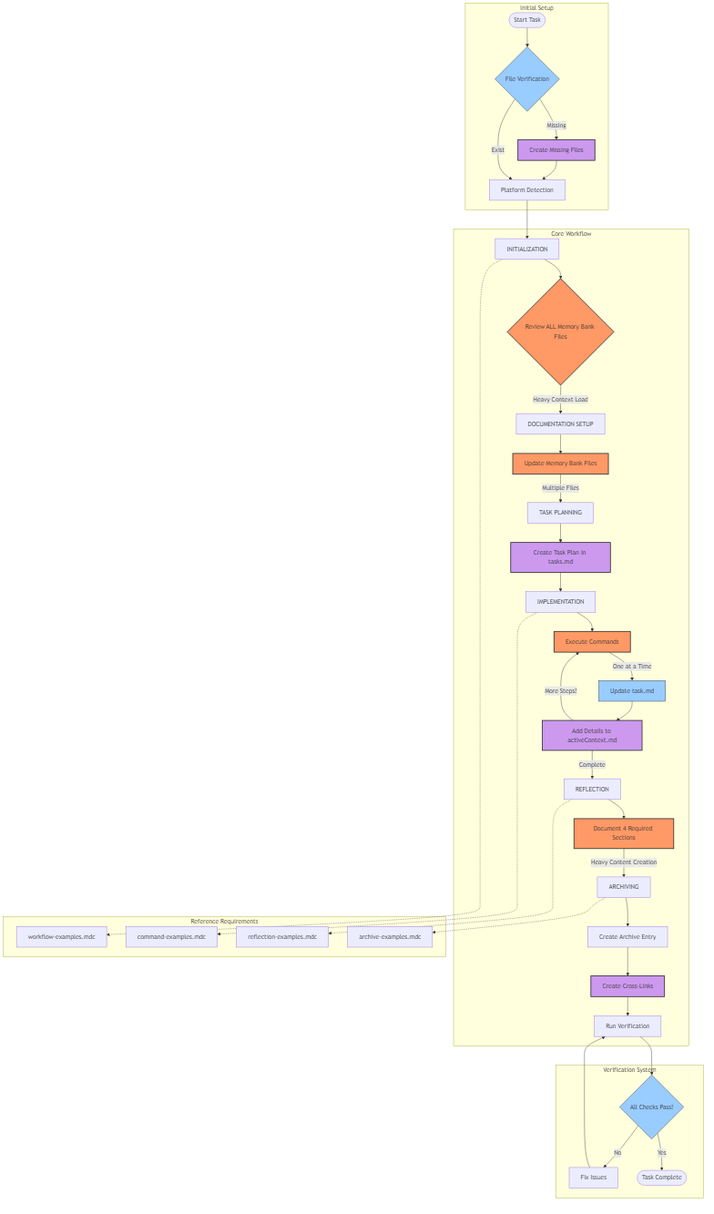
This is images/memory-bank-diagram.png from yws-coder123/trae-memory-bank, a Mermaid export, as it was before one commit. Its source is kept beside it as images/memory-bank-diagram.mermaid. Its diagram source:
```mermaid
flowchart TD
    subgraph "Initial Setup"
        start([Start Task]) --> checkFiles{File Verification}
        checkFiles -->|Missing| createFiles[Create Missing Files]
        createFiles --> platformDetect
        checkFiles -->|Exist| platformDetect[Platform Detection]
    end

    subgraph "Core Workflow"
        platformDetect --> init[INITIALIZATION]
        init --> checkMB{Review ALL Memory Bank Files}
        checkMB -->|Heavy Context Load| docSetup[DOCUMENTATION SETUP]

        docSetup --> updateMB[Update Memory Bank Files]
        updateMB -->|Multiple Files| planning[TASK PLANNING]

        planning --> taskPlan[Create Task Plan in tasks.md]
        taskPlan --> impl[IMPLEMENTATION]

        impl --> execCmd[Execute Commands]
        execCmd -->|One at a Time| updateTask[Update task.md]
        updateTask --> addImpl[Add Details to activeContext.md]
        addImpl -->|More Steps?| execCmd
        addImpl -->|Complete| reflect[REFLECTION]

        reflect --> reflect4Sections[Document 4 Required Sections]
        reflect4Sections -->|Heavy Content Creation| archive[ARCHIVING]

        archive --> archiveTask[Create Archive Entry]
        archiveTask --> crossLink[Create Cross-Links]
        crossLink --> verify[Run Verification]
    end

    subgraph "Verification System"
        verify --> checkAll{All Checks Pass?}
        checkAll -->|No| fixIssues[Fix Issues]
        fixIssues --> verify
        checkAll -->|Yes| complete([Task Complete])
    end

    classDef bottleneck fill:#f96, stroke:#333, stroke-width:2px
    classDef heavyProcess fill:#c9e, stroke:#333, stroke-width:2px
    classDef checkpoint fill:#9cf, stroke:#333

    class checkMB,updateMB,execCmd,reflect4Sections bottleneck
    class createFiles,taskPlan,crossLink,addImpl heavyProcess
    class checkFiles,updateTask,checkAll checkpoint

    subgraph "Reference Requirements"
        ref1[workflow-examples.mdc]
        ref2[command-examples.mdc]
        ref3[reflection-examples.mdc]
        ref4[archive-examples.mdc]
    end

    init -.-> ref1
    impl -.-> ref2
    reflect -.-> ref3
    archive -.-> ref4
```
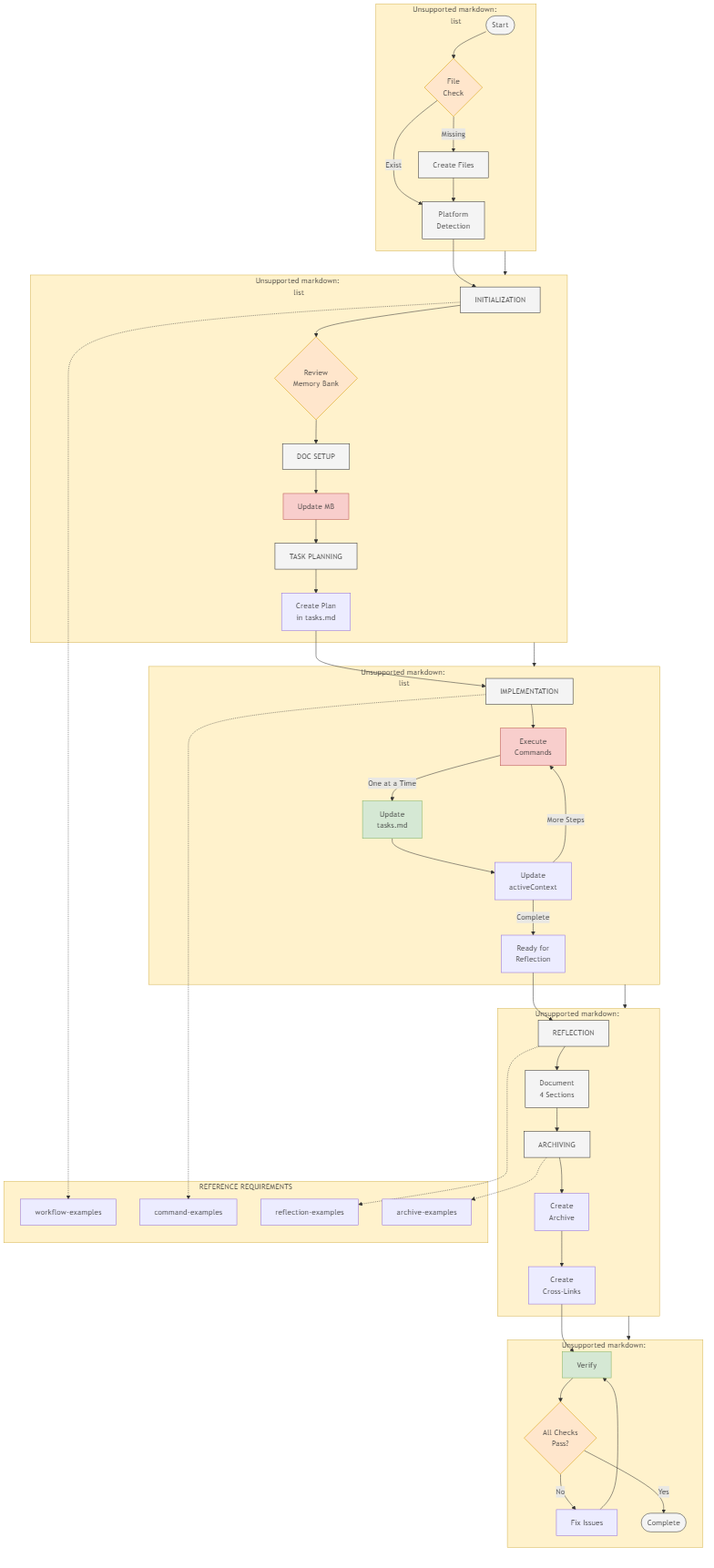
The same file after the commit.

Commit message:
Enhance memory bank diagram with detailed sections and styles

- Updated the Mermaid diagram to include distinct sections for Initial Setup, Planning, Implementation, Completion, and Verification.
- Added styling for processes, decisions, bottlenecks, and checkpoints to improve visual clarity.
- Revised connections between sections to better represent the workflow of the Memory Bank System.
- Updated the binary image file to reflect the new diagram changes.

Diff of the diagram source:
```diff
@@ -1,59 +1,78 @@
 flowchart TD
-    subgraph "Initial Setup"
-        start([Start Task]) --> checkFiles{File Verification}
-        checkFiles -->|Missing| createFiles[Create Missing Files]
+    classDef process fill:#f4f4f4,stroke:#333,stroke-width:1px,border-radius:5px
+    classDef decision fill:#ffe6cc,stroke:#d79b00,stroke-width:1px,border-radius:10px
+    classDef bottleneck fill:#f8cecc,stroke:#b85450,stroke-width:1px,border-radius:5px
+    classDef checkpoint fill:#d5e8d4,stroke:#82b366,stroke-width:1px,border-radius:5px
+    classDef section fill:#fff2cc,stroke:#d6b656,stroke-width:1px,rounded:true
+
+    subgraph Setup ["1. INITIAL SETUP"]
+        direction LR
+        start([Start]) --> checkFiles{File<br>Check}
+        checkFiles -->|Missing| createFiles[Create Files]
+        checkFiles -->|Exist| platformDetect[Platform<br>Detection]
         createFiles --> platformDetect
-        checkFiles -->|Exist| platformDetect[Platform Detection]
     end
 
-    subgraph "Core Workflow"
-        platformDetect --> init[INITIALIZATION]
-        init --> checkMB{Review ALL Memory Bank Files}
-        checkMB -->|Heavy Context Load| docSetup[DOCUMENTATION SETUP]
-
-        docSetup --> updateMB[Update Memory Bank Files]
-        updateMB -->|Multiple Files| planning[TASK PLANNING]
-
-        planning --> taskPlan[Create Task Plan in tasks.md]
-        taskPlan --> impl[IMPLEMENTATION]
-
-        impl --> execCmd[Execute Commands]
-        execCmd -->|One at a Time| updateTask[Update task.md]
-        updateTask --> addImpl[Add Details to activeContext.md]
-        addImpl -->|More Steps?| execCmd
-        addImpl -->|Complete| reflect[REFLECTION]
-
-        reflect --> reflect4Sections[Document 4 Required Sections]
-        reflect4Sections -->|Heavy Content Creation| archive[ARCHIVING]
-
-        archive --> archiveTask[Create Archive Entry]
-        archiveTask --> crossLink[Create Cross-Links]
-        crossLink --> verify[Run Verification]
+    subgraph Planning ["2. PLANNING PHASE"]
+        direction LR
+        init[INITIALIZATION] --> checkMB{Review<br>Memory Bank}
+        checkMB --> docSetup[DOC SETUP]
+        docSetup --> updateMB[Update MB]
+        updateMB --> planning[TASK PLANNING]
+        planning --> taskPlan[Create Plan<br>in tasks.md]
     end
 
-    subgraph "Verification System"
-        verify --> checkAll{All Checks Pass?}
+    subgraph Implementation ["3. IMPLEMENTATION"]
+        direction LR
+        impl[IMPLEMENTATION] --> execCmd[Execute<br>Commands]
+        execCmd -->|One at a Time| updateTask[Update<br>tasks.md]
+        updateTask --> addImpl[Update<br>activeContext]
+        addImpl -->|More Steps| execCmd
+        addImpl -->|Complete| reflectStart[Ready for<br>Reflection]
+    end
+
+    subgraph Completion ["4. COMPLETION"]
+        direction LR
+        reflect[REFLECTION] --> reflect4[Document<br>4 Sections]
+        reflect4 --> archive[ARCHIVING]
+        archive --> archiveTask[Create<br>Archive]
+        archiveTask --> crossLink[Create<br>Cross-Links]
+    end
+
+    subgraph Verification ["5. VERIFICATION"]
+        direction LR
+        verify[Verify] --> checkAll{All Checks<br>Pass?}
         checkAll -->|No| fixIssues[Fix Issues]
         fixIssues --> verify
-        checkAll -->|Yes| complete([Task Complete])
+        checkAll -->|Yes| complete([Complete])
     end
 
-    classDef bottleneck fill:#f96, stroke:#333, stroke-width:2px
-    classDef heavyProcess fill:#c9e, stroke:#333, stroke-width:2px
-    classDef checkpoint fill:#9cf, stroke:#333
+    subgraph References ["REFERENCE REQUIREMENTS"]
+        direction TB
+        ref1[workflow-examples]
+        ref2[command-examples]
+        ref3[reflection-examples]
+        ref4[archive-examples]
+    end
 
-    class checkMB,updateMB,execCmd,reflect4Sections bottleneck
-    class createFiles,taskPlan,crossLink,addImpl heavyProcess
-    class checkFiles,updateTask,checkAll checkpoint
+    Setup --> Planning
+    Planning --> Implementation
+    Implementation --> Completion
+    Completion --> Verification
 
-    subgraph "Reference Requirements"
-        ref1[workflow-examples.mdc]
-        ref2[command-examples.mdc]
-        ref3[reflection-examples.mdc]
-        ref4[archive-examples.mdc]
-    end
+    platformDetect --> init
+    taskPlan --> impl
+    reflectStart --> reflect
+    crossLink --> verify
 
     init -.-> ref1
     impl -.-> ref2
     reflect -.-> ref3
     archive -.-> ref4
+
+    class start,complete process
+    class checkFiles,checkMB,checkAll decision
+    class createFiles,platformDetect,init,docSetup,planning,impl,reflect,archive,reflect4 process
+    class execCmd,updateMB bottleneck
+    class updateTask,verify checkpoint
+    class Setup,Planning,Implementation,Completion,Verification,References section
```
